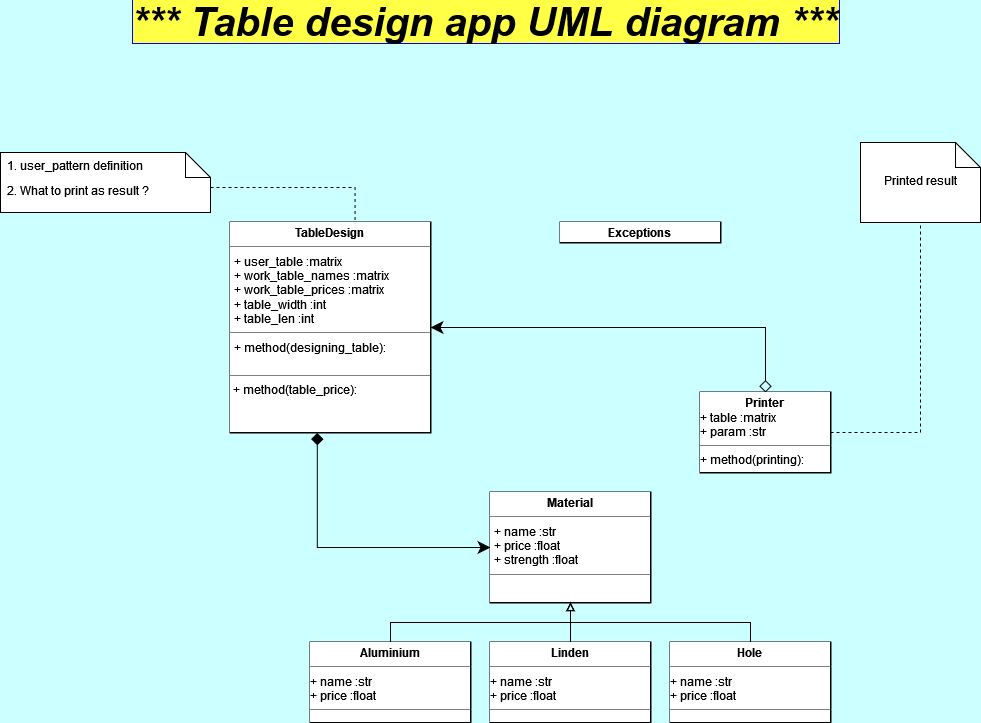
Before: Table/images/Table_design_UML.drawio.png, a diagram exported from draw.io (jordrag/Exercises). Source tidied: cells renumbered, new cells last; positions are measured from the earlier drawing's top-left corner, leaving out a move shared by most shapes.
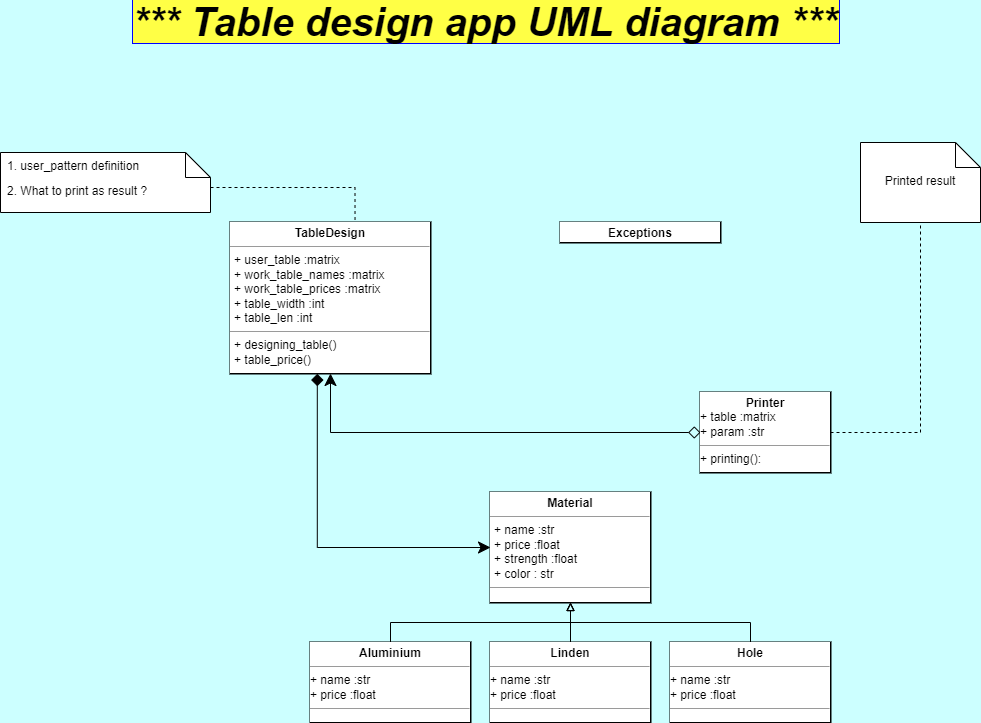
Above is the later version.

Commit message:
UML diagram

Change to the diagram source:
```diff
@@ -11,13 +11,13 @@
         <mxPoint x="354.5" y="207.8" as="targetPoint" />
       </mxGeometry>
     </mxCell>
-    <mxCell id="4" value="&lt;p style=&quot;margin:0px;margin-top:4px;text-align:center;&quot;&gt;&lt;b&gt;TableDesign&lt;/b&gt;&lt;br&gt;&lt;/p&gt;&lt;hr size=&quot;1&quot;&gt;&lt;p style=&quot;margin:0px;margin-left:4px;&quot;&gt;+ user_table :matrix&lt;br&gt;&lt;/p&gt;&lt;p style=&quot;margin:0px;margin-left:4px;&quot;&gt;+ work_table_names :matrix&lt;/p&gt;&lt;p style=&quot;margin:0px;margin-left:4px;&quot;&gt;+ work_table_prices :matrix&lt;/p&gt;&lt;p style=&quot;margin:0px;margin-left:4px;&quot;&gt;+ table_width :int&lt;br&gt;&lt;/p&gt;&lt;p style=&quot;margin:0px;margin-left:4px;&quot;&gt;+ table_len :int&lt;br&gt;&lt;/p&gt;&lt;hr size=&quot;1&quot;&gt;&lt;p style=&quot;margin:0px;margin-left:4px;&quot;&gt;+ method(designing_table):&lt;/p&gt;&lt;p style=&quot;margin:0px;margin-left:4px;&quot;&gt;&lt;br&gt;&lt;/p&gt;&lt;hr size=&quot;1&quot;&gt;&amp;nbsp;+ method(table_price):&lt;p style=&quot;margin:0px;margin-left:4px;&quot;&gt;&amp;nbsp;&lt;/p&gt;" style="verticalAlign=top;align=left;overflow=fill;fontSize=12;fontFamily=Helvetica;html=1;rounded=0;glass=0;labelBackgroundColor=#FFFFFF;labelBorderColor=none;fillColor=none;perimeterSpacing=0;strokeColor=default;strokeWidth=2;fillStyle=solid;gradientColor=default;" parent="1" vertex="1">
-      <mxGeometry x="230" y="210" width="200" height="210" as="geometry" />
+    <mxCell id="4" value="&lt;p style=&quot;margin:0px;margin-top:4px;text-align:center;&quot;&gt;&lt;b&gt;TableDesign&lt;/b&gt;&lt;br&gt;&lt;/p&gt;&lt;hr size=&quot;1&quot;&gt;&lt;p style=&quot;margin:0px;margin-left:4px;&quot;&gt;+ user_table :matrix&lt;br&gt;&lt;/p&gt;&lt;p style=&quot;margin:0px;margin-left:4px;&quot;&gt;+ work_table_names :matrix&lt;/p&gt;&lt;p style=&quot;margin:0px;margin-left:4px;&quot;&gt;+ work_table_prices :matrix&lt;/p&gt;&lt;p style=&quot;margin:0px;margin-left:4px;&quot;&gt;+ table_width :int&lt;br&gt;&lt;/p&gt;&lt;p style=&quot;margin:0px;margin-left:4px;&quot;&gt;+ table_len :int&lt;br&gt;&lt;/p&gt;&lt;hr size=&quot;1&quot;&gt;&lt;p style=&quot;margin:0px;margin-left:4px;&quot;&gt;+ designing_table()&lt;/p&gt;&lt;p style=&quot;margin:0px;margin-left:4px;&quot;&gt;+ table_price()&lt;br&gt;&lt;/p&gt;&lt;hr size=&quot;1&quot;&gt;&amp;nbsp;&lt;p style=&quot;margin:0px;margin-left:4px;&quot;&gt;&amp;nbsp;&lt;/p&gt;" style="verticalAlign=top;align=left;overflow=fill;fontSize=12;fontFamily=Helvetica;html=1;rounded=0;glass=0;labelBackgroundColor=#FFFFFF;labelBorderColor=none;fillColor=none;perimeterSpacing=0;strokeColor=default;strokeWidth=2;fillStyle=solid;gradientColor=default;" parent="1" vertex="1">
+      <mxGeometry x="230" y="210" width="200" height="151" as="geometry" />
     </mxCell>
     <mxCell id="5" style="edgeStyle=orthogonalEdgeStyle;rounded=0;jettySize=auto;html=1;exitX=0;exitY=0.5;exitDx=0;exitDy=0;entryX=0.434;entryY=1.002;entryDx=0;entryDy=0;entryPerimeter=0;startArrow=classic;startFill=1;endArrow=diamond;endFill=1;endSize=10;startSize=10;" parent="1" edge="1" source="6" target="4">
       <mxGeometry relative="1" as="geometry" />
     </mxCell>
-    <mxCell id="6" value="&lt;p style=&quot;margin:0px;margin-top:4px;text-align:center;&quot;&gt;&lt;b&gt;Material&lt;/b&gt;&lt;br&gt;&lt;/p&gt;&lt;hr size=&quot;1&quot;&gt;&lt;p style=&quot;margin:0px;margin-left:4px;&quot;&gt;+ name :str&lt;br&gt;&lt;/p&gt;&lt;p style=&quot;margin:0px;margin-left:4px;&quot;&gt;+ price :float&lt;br&gt;&lt;/p&gt;&lt;p style=&quot;margin:0px;margin-left:4px;&quot;&gt;+ strength :float&lt;br&gt;&lt;/p&gt;&lt;hr size=&quot;1&quot;&gt;" style="verticalAlign=top;align=left;overflow=fill;fontSize=12;fontFamily=Helvetica;html=1;rounded=0;glass=0;labelBackgroundColor=#FFFFFF;labelBorderColor=none;fillColor=none;perimeterSpacing=0;strokeColor=default;strokeWidth=2;fillStyle=solid;gradientColor=default;" parent="1" vertex="1">
+    <mxCell id="6" value="&lt;p style=&quot;margin:0px;margin-top:4px;text-align:center;&quot;&gt;&lt;b&gt;Material&lt;/b&gt;&lt;br&gt;&lt;/p&gt;&lt;hr size=&quot;1&quot;&gt;&lt;p style=&quot;margin:0px;margin-left:4px;&quot;&gt;+ name :str&lt;br&gt;&lt;/p&gt;&lt;p style=&quot;margin:0px;margin-left:4px;&quot;&gt;+ price :float&lt;br&gt;&lt;/p&gt;&lt;p style=&quot;margin:0px;margin-left:4px;&quot;&gt;+ strength :float&lt;br&gt;&lt;/p&gt;&lt;p style=&quot;margin:0px;margin-left:4px;&quot;&gt;+ color : str&lt;/p&gt;&lt;hr size=&quot;1&quot;&gt;" style="verticalAlign=top;align=left;overflow=fill;fontSize=12;fontFamily=Helvetica;html=1;rounded=0;glass=0;labelBackgroundColor=#FFFFFF;labelBorderColor=none;fillColor=none;perimeterSpacing=0;strokeColor=default;strokeWidth=2;fillStyle=solid;gradientColor=default;" parent="1" vertex="1">
       <mxGeometry x="490" y="480" width="160" height="110" as="geometry" />
     </mxCell>
     <mxCell id="7" style="edgeStyle=orthogonalEdgeStyle;rounded=0;jettySize=auto;html=1;exitX=0.5;exitY=0;exitDx=0;exitDy=0;entryX=0.5;entryY=1;entryDx=0;entryDy=0;fontSize=16;endArrow=block;endFill=0;" parent="1" edge="1" source="8" target="6">
@@ -43,7 +43,7 @@
     <mxCell id="13" value="&lt;p style=&quot;margin:0px;margin-top:4px;text-align:center;&quot;&gt;&lt;b&gt;Hole&lt;/b&gt;&lt;br&gt;&lt;/p&gt;&lt;hr size=&quot;1&quot;&gt;+ name :str&lt;br&gt;+ price :float&lt;hr size=&quot;1&quot;&gt;" style="verticalAlign=top;align=left;overflow=fill;fontSize=12;fontFamily=Helvetica;html=1;rounded=0;glass=0;labelBackgroundColor=#FFFFFF;labelBorderColor=none;fillColor=none;perimeterSpacing=0;strokeColor=default;strokeWidth=2;fillStyle=solid;gradientColor=default;" parent="1" vertex="1">
       <mxGeometry x="670" y="630" width="160" height="80" as="geometry" />
     </mxCell>
-    <mxCell id="14" style="edgeStyle=orthogonalEdgeStyle;rounded=0;jettySize=auto;html=1;exitX=0.5;exitY=0;exitDx=0;exitDy=0;startArrow=diamond;startFill=0;endArrow=classic;endFill=1;startSize=10;endSize=10;sourcePerimeterSpacing=0;" parent="1" edge="1" source="20" target="4">
+    <mxCell id="14" style="edgeStyle=orthogonalEdgeStyle;rounded=0;jettySize=auto;html=1;exitX=0;exitY=0.5;exitDx=0;exitDy=0;startArrow=diamond;startFill=0;endArrow=classic;endFill=1;startSize=10;endSize=10;sourcePerimeterSpacing=0;" parent="1" edge="1" source="20" target="4">
       <mxGeometry relative="1" as="geometry" />
     </mxCell>
     <mxCell id="15" style="edgeStyle=orthogonalEdgeStyle;rounded=0;jettySize=auto;html=1;exitX=1;exitY=0.5;exitDx=0;exitDy=0;entryX=0.5;entryY=1;entryDx=0;entryDy=0;entryPerimeter=0;startArrow=none;startFill=0;endArrow=none;endFill=0;dashed=1;" parent="1" edge="1" source="20" target="19">
@@ -61,7 +61,7 @@
     <mxCell id="19" value="Printed result" style="shape=note2;boundedLbl=1;whiteSpace=wrap;html=1;size=25;verticalAlign=top;align=center;" parent="1" vertex="1">
       <mxGeometry x="860" y="130" width="120" height="80" as="geometry" />
     </mxCell>
-    <mxCell id="20" value="&lt;p style=&quot;margin:0px;margin-top:4px;text-align:center;&quot;&gt;&lt;b&gt;Printer&lt;/b&gt;&lt;br&gt;&lt;/p&gt;&lt;div&gt;+ table :matrix&lt;br&gt;&lt;/div&gt;&lt;div&gt;+ param :str&lt;br&gt;&lt;/div&gt;&lt;hr size=&quot;1&quot;&gt;&lt;div&gt;+ method(printing):&lt;/div&gt;&lt;hr size=&quot;1&quot;&gt;" style="verticalAlign=top;align=left;overflow=fill;fontSize=12;fontFamily=Helvetica;html=1;rounded=0;glass=0;labelBackgroundColor=#FFFFFF;labelBorderColor=none;fillColor=none;perimeterSpacing=0;strokeColor=default;strokeWidth=2;fillStyle=solid;gradientColor=default;" parent="1" vertex="1">
+    <mxCell id="20" value="&lt;p style=&quot;margin:0px;margin-top:4px;text-align:center;&quot;&gt;&lt;b&gt;Printer&lt;/b&gt;&lt;br&gt;&lt;/p&gt;&lt;div&gt;+ table :matrix&lt;br&gt;&lt;/div&gt;&lt;div&gt;+ param :str&lt;br&gt;&lt;/div&gt;&lt;hr size=&quot;1&quot;&gt;&lt;div&gt;+ printing():&lt;/div&gt;&lt;hr size=&quot;1&quot;&gt;" style="verticalAlign=top;align=left;overflow=fill;fontSize=12;fontFamily=Helvetica;html=1;rounded=0;glass=0;labelBackgroundColor=#FFFFFF;labelBorderColor=none;fillColor=none;perimeterSpacing=0;strokeColor=default;strokeWidth=2;fillStyle=solid;gradientColor=default;" parent="1" vertex="1">
       <mxGeometry x="700" y="380" width="130" height="80" as="geometry" />
     </mxCell>
   </root>
```
